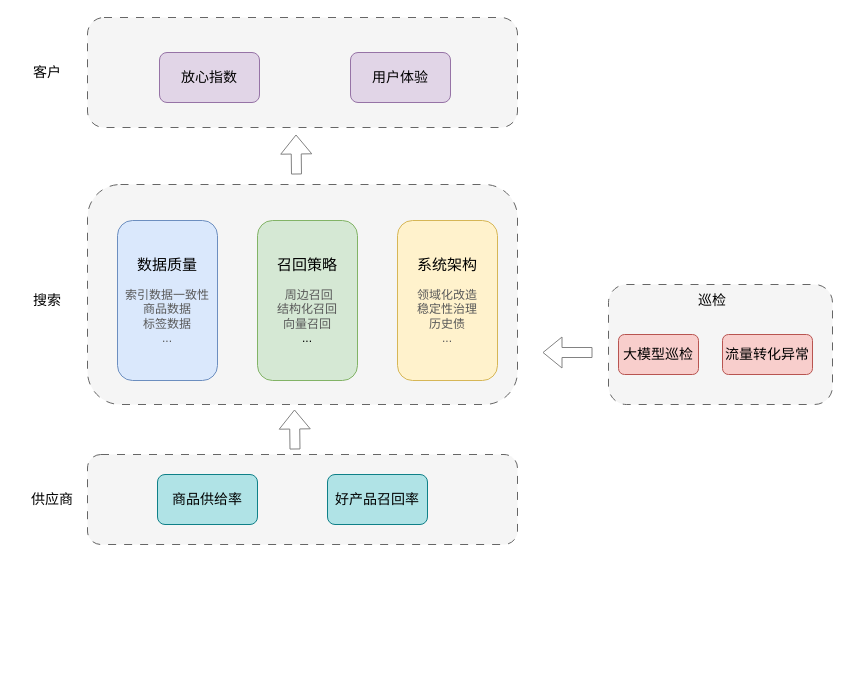
This is 20260721搜索整体架构.drawio from haiyang1985/draw-io, a draw.io file, before an edit. Source tidied: cells renumbered, new cells numbered last; positions are measured from the earlier drawing's top-left corner, leaving out a move shared by most shapes. Both pictures are drawn from the tidied source at 100%, with x=0, y=0 at pixel (17, 17).
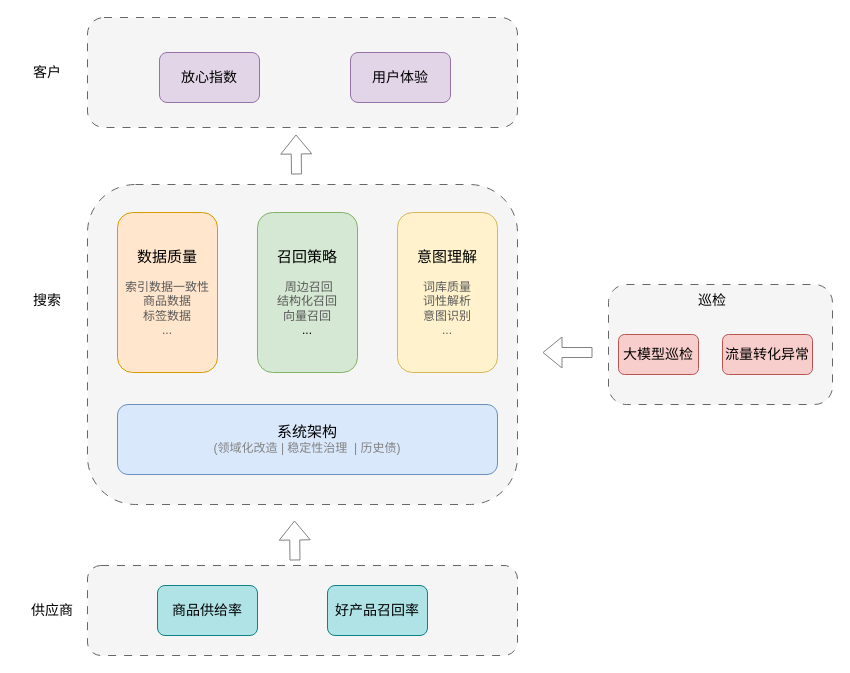
The same page after the edit.

Commit message:
Update 20260721搜索整体架构.drawio

Change to the diagram source:
```diff
@@
     <mxCell id="4" style="rounded=1;whiteSpace=wrap;html=1;dashed=1;dashPattern=8 8;fillColor=#f5f5f5;fontColor=#333333;strokeColor=#666666;" parent="1" vertex="1">
-      <mxGeometry x="70" y="167" width="430" height="220" as="geometry" />
+      <mxGeometry x="70" y="167" width="430" height="320" as="geometry" />
     </mxCell>
     <mxCell id="5" style="rounded=1;whiteSpace=wrap;html=1;dashed=1;dashPattern=8 8;fillColor=#f5f5f5;fontColor=#333333;strokeColor=#666666;" parent="1" vertex="1">
-      <mxGeometry x="70" y="437" width="430" height="90" as="geometry" />
+      <mxGeometry x="70" y="548" width="430" height="90" as="geometry" />
     </mxCell>
     <mxCell id="6" value="供应商" style="text;html=1;whiteSpace=wrap;strokeColor=none;fillColor=none;align=center;verticalAlign=middle;rounded=0;fontSize=14;" parent="1" vertex="1">
-      <mxGeometry x="5" y="467" width="60" height="30" as="geometry" />
+      <mxGeometry x="5" y="578" width="60" height="30" as="geometry" />
     </mxCell>
-    <mxCell id="7" value="&lt;font style=&quot;font-size: 15px;&quot;&gt;数据质量&lt;/font&gt;&lt;div&gt;&lt;br&gt;&lt;/div&gt;&lt;div&gt;&lt;span style=&quot;color: rgb(89, 89, 89);&quot;&gt;索引数据一致性&lt;/span&gt;&lt;/div&gt;&lt;div&gt;&lt;span style=&quot;color: rgb(89, 89, 89);&quot;&gt;商品数据&lt;br&gt;标签数据&lt;/span&gt;&lt;/div&gt;&lt;div&gt;&lt;font color=&quot;#595959&quot;&gt;...&lt;/font&gt;&lt;/div&gt;" style="rounded=1;whiteSpace=wrap;html=1;fillColor=#dae8fc;strokeColor=#6c8ebf;" parent="1" vertex="1">
-      <mxGeometry x="100" y="203" width="100" height="160" as="geometry" />
+    <mxCell id="7" value="&lt;font style=&quot;font-size: 15px;&quot;&gt;数据质量&lt;/font&gt;&lt;div&gt;&lt;br&gt;&lt;/div&gt;&lt;div&gt;&lt;span style=&quot;color: rgb(89, 89, 89);&quot;&gt;索引数据一致性&lt;/span&gt;&lt;/div&gt;&lt;div&gt;&lt;span style=&quot;color: rgb(89, 89, 89);&quot;&gt;商品数据&lt;br&gt;标签数据&lt;/span&gt;&lt;/div&gt;&lt;div&gt;&lt;font color=&quot;#595959&quot;&gt;...&lt;/font&gt;&lt;/div&gt;" style="rounded=1;whiteSpace=wrap;html=1;fillColor=#ffe6cc;strokeColor=#d79b00;" parent="1" vertex="1">
+      <mxGeometry x="100" y="195" width="100" height="160" as="geometry" />
     </mxCell>
     <mxCell id="8" value="&lt;font style=&quot;font-size: 15px;&quot;&gt;召回策略&lt;/font&gt;&lt;div&gt;&lt;br&gt;&lt;/div&gt;&lt;div&gt;&lt;span style=&quot;color: rgb(89, 89, 89);&quot;&gt;&lt;font&gt;&amp;nbsp;周边召回&lt;/font&gt;&lt;/span&gt;&lt;/div&gt;&lt;div&gt;&lt;font color=&quot;#595959&quot;&gt;结构化召回&lt;/font&gt;&lt;/div&gt;&lt;div&gt;&lt;font color=&quot;#595959&quot;&gt;向量召回&lt;/font&gt;&lt;/div&gt;&lt;div&gt;...&lt;/div&gt;" style="rounded=1;whiteSpace=wrap;html=1;fillColor=#d5e8d4;strokeColor=#82b366;" parent="1" vertex="1">
-      <mxGeometry x="240" y="203" width="100" height="160" as="geometry" />
+      <mxGeometry x="240" y="195" width="100" height="160" as="geometry" />
     </mxCell>
-    <mxCell id="9" value="&lt;font style=&quot;font-size: 15px;&quot;&gt;系统架构&lt;/font&gt;&lt;div&gt;&lt;br&gt;&lt;/div&gt;&lt;div&gt;&lt;font style=&quot;color: rgb(89, 89, 89);&quot;&gt;领域化改造&lt;/font&gt;&lt;/div&gt;&lt;div&gt;&lt;font style=&quot;color: rgb(89, 89, 89);&quot;&gt;稳定性治理&lt;/font&gt;&lt;/div&gt;&lt;div&gt;&lt;font style=&quot;color: rgb(89, 89, 89);&quot;&gt;历史债&lt;/font&gt;&lt;/div&gt;&lt;div&gt;&lt;font color=&quot;#595959&quot;&gt;...&lt;/font&gt;&lt;/div&gt;" style="rounded=1;whiteSpace=wrap;html=1;fillColor=#fff2cc;strokeColor=#d6b656;" parent="1" vertex="1">
-      <mxGeometry x="380" y="203" width="100" height="160" as="geometry" />
+    <mxCell id="9" value="&lt;font style=&quot;font-size: 15px;&quot;&gt;意图理解&lt;/font&gt;&lt;div&gt;&lt;br&gt;&lt;/div&gt;&lt;div&gt;&lt;font color=&quot;#595959&quot;&gt;词库质量&lt;/font&gt;&lt;/div&gt;&lt;div&gt;&lt;font color=&quot;#595959&quot;&gt;词性解析&lt;/font&gt;&lt;/div&gt;&lt;div&gt;&lt;font color=&quot;#595959&quot;&gt;意图识别&lt;/font&gt;&lt;/div&gt;&lt;div&gt;&lt;font color=&quot;#595959&quot;&gt;...&lt;/font&gt;&lt;/div&gt;" style="rounded=1;whiteSpace=wrap;html=1;fillColor=#fff2cc;strokeColor=#d6b656;" parent="1" vertex="1">
+      <mxGeometry x="380" y="195" width="100" height="160" as="geometry" />
     </mxCell>
@@
     <mxCell id="18" style="shape=flexArrow;endArrow=classic;html=1;rounded=0;strokeColor=#828282;" parent="1" edge="1">
       <mxGeometry relative="1" as="geometry">
-        <mxPoint x="277.5" y="432" as="sourcePoint" />
-        <mxPoint x="277" y="392" as="targetPoint" />
+        <mxPoint x="277.5" y="543" as="sourcePoint" />
+        <mxPoint x="277" y="503" as="targetPoint" />
       </mxGeometry>
     </mxCell>
@@
     <mxCell id="20" value="商品供给率" style="rounded=1;whiteSpace=wrap;html=1;fillColor=#b0e3e6;strokeColor=#0e8088;fontSize=14;" parent="1" vertex="1">
-      <mxGeometry x="140" y="457" width="100" height="50" as="geometry" />
+      <mxGeometry x="140" y="568" width="100" height="50" as="geometry" />
     </mxCell>
     <mxCell id="21" value="好产品召回率" style="rounded=1;whiteSpace=wrap;html=1;fillColor=#b0e3e6;strokeColor=#0e8088;fontSize=14;" parent="1" vertex="1">
-      <mxGeometry x="310" y="457" width="100" height="50" as="geometry" />
+      <mxGeometry x="310" y="568" width="100" height="50" as="geometry" />
     </mxCell>
+    <mxCell id="22" value="&lt;font style=&quot;font-size: 15px;&quot;&gt;系统架构&lt;/font&gt;&lt;div&gt;&lt;span style=&quot;color: rgb(130, 130, 130);&quot;&gt;(领域化改造 | 稳定性治理&amp;nbsp; | 历史债)&lt;/span&gt;&lt;/div&gt;" style="rounded=1;whiteSpace=wrap;html=1;fillColor=#dae8fc;strokeColor=#6c8ebf;" parent="1" vertex="1">
+      <mxGeometry x="100" y="387" width="380" height="70" as="geometry" />
+    </mxCell>
```
